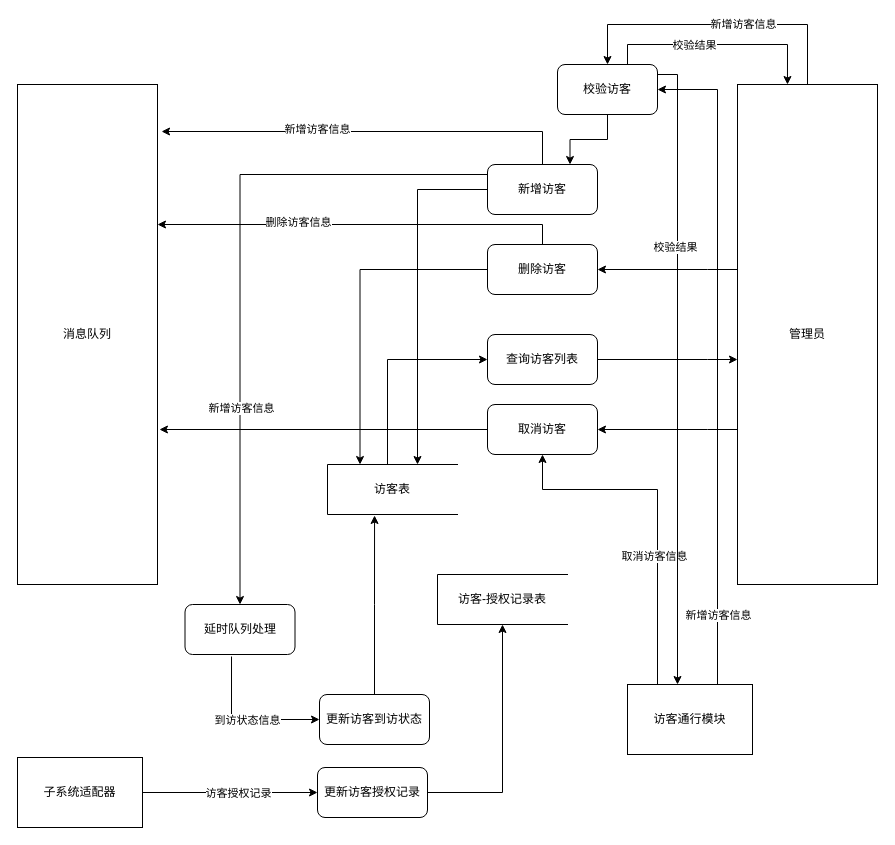
Earlier version of the draw.io diagram 访客管理.drawio (Alger-g/diagrams). Source tidied: cells renumbered, new cells numbered last; positions are measured from the earlier drawing's top-left corner, leaving out a move shared by most shapes. Both pictures are drawn from the tidied source at 100%, with x=0, y=0 at pixel (17, 24).
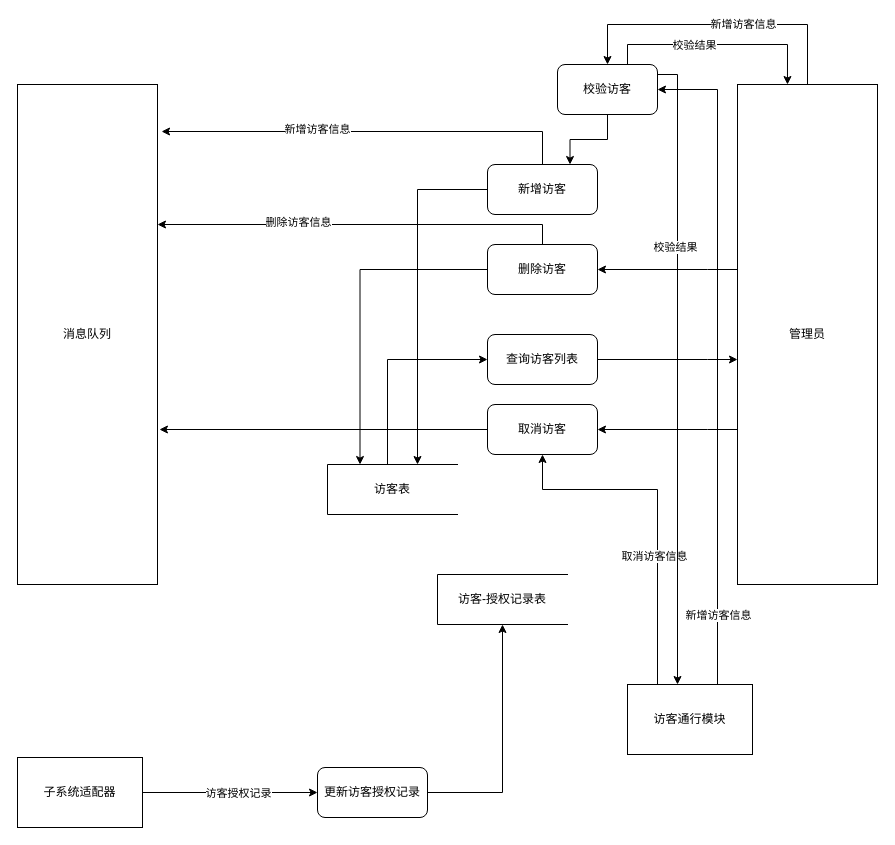
The same page after the edit.

Commit message:
更新访客管理.drawio

Unchanged cells that the change refers to:
```xml
<mxCell id="3" value="访客表" style="shape=partialRectangle;whiteSpace=wrap;html=1;bottom=1;right=1;left=1;top=0;fillColor=none;routingCenterX=-0.5;direction=south;" parent="1" vertex="1">
  <mxGeometry x="310" y="440" width="130" height="50" as="geometry" />
</mxCell>
<mxCell id="15" value="新增访客" style="rounded=1;whiteSpace=wrap;html=1;" parent="1" vertex="1">
  <mxGeometry x="470" y="140" width="110" height="50" as="geometry" />
</mxCell>
```

What changed in the source:
```diff
@@
-    <mxCell id="13" style="edgeStyle=orthogonalEdgeStyle;rounded=0;jettySize=auto;html=1;entryX=0.5;entryY=0;entryDx=0;entryDy=0;" parent="1" edge="1" source="15" target="45">
-      <mxGeometry relative="1" as="geometry">
-        <Array as="points">
-          <mxPoint x="223" y="150" />
-        </Array>
-      </mxGeometry>
-    </mxCell>
-    <mxCell id="14" value="新增访客信息" style="edgeLabel;html=1;align=center;verticalAlign=middle;" parent="13" vertex="1">
-      <mxGeometry x="0.42" y="1" relative="1" as="geometry" />
-    </mxCell>
@@
-    <mxCell id="39" value="更新访客到访状态" style="rounded=1;whiteSpace=wrap;html=1;" parent="1" vertex="1">
-      <mxGeometry x="302" y="670" width="110" height="50" as="geometry" />
-    </mxCell>
-    <mxCell id="40" style="edgeStyle=orthogonalEdgeStyle;rounded=0;jettySize=auto;html=1;entryX=1.02;entryY=0.638;entryDx=0;entryDy=0;entryPerimeter=0;" parent="1" edge="1" source="39" target="3">
-      <mxGeometry relative="1" as="geometry" />
-    </mxCell>
@@
-    <mxCell id="43" style="edgeStyle=orthogonalEdgeStyle;rounded=0;jettySize=auto;html=1;entryX=0;entryY=0.5;entryDx=0;entryDy=0;exitX=0.423;exitY=1.04;exitDx=0;exitDy=0;exitPerimeter=0;" parent="1" edge="1" source="45" target="39">
-      <mxGeometry relative="1" as="geometry">
-        <Array as="points">
-          <mxPoint x="214" y="695" />
-        </Array>
-      </mxGeometry>
-    </mxCell>
-    <mxCell id="44" value="到访状态信息" style="edgeLabel;html=1;align=center;verticalAlign=middle;" parent="43" vertex="1">
-      <mxGeometry x="-0.08" y="-3" relative="1" as="geometry">
-        <mxPoint x="10" y="-3" as="offset" />
-      </mxGeometry>
-    </mxCell>
-    <mxCell id="45" value="延时队列处理" style="rounded=1;whiteSpace=wrap;html=1;" parent="1" vertex="1">
-      <mxGeometry x="167.5" y="580" width="110" height="50" as="geometry" />
-    </mxCell>
```
